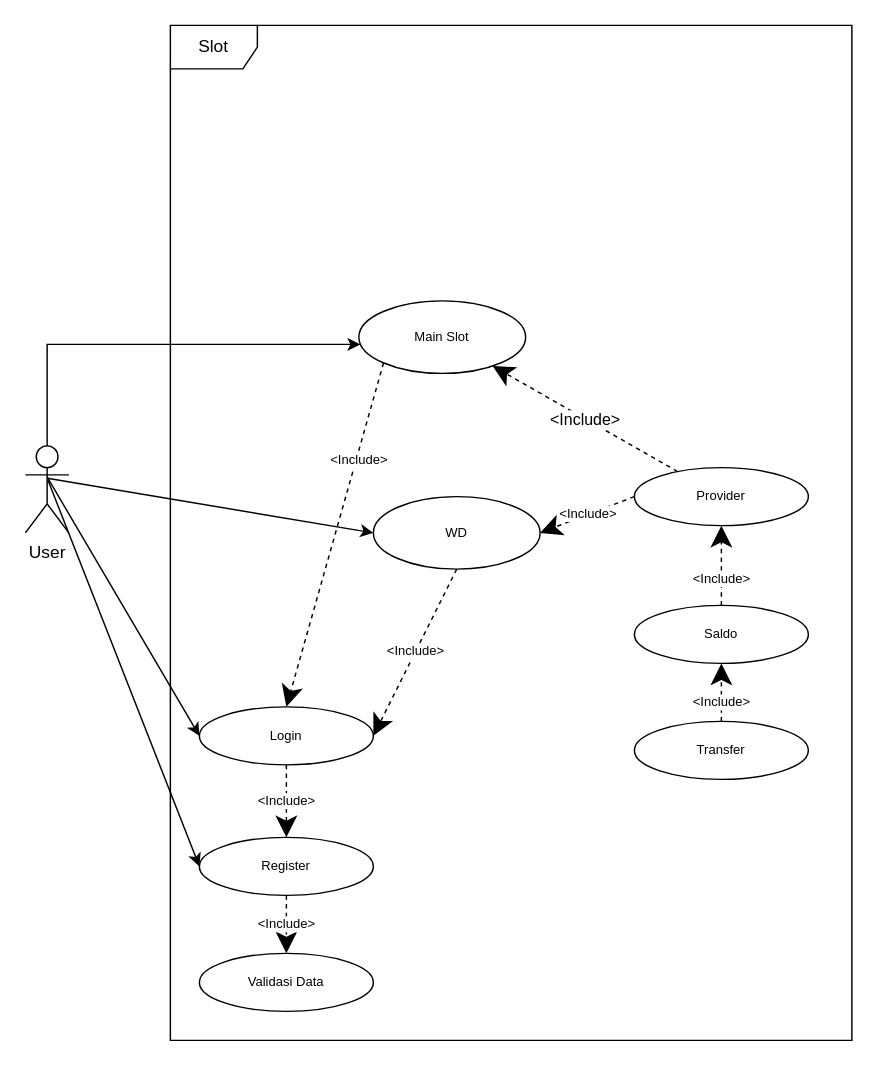
Earlier version of the draw.io diagram page "UseCase Slot" (5 of 5) of slot.drawio (irvansindy/slot). Source tidied: cells renumbered, new cells numbered last; positions are measured from the earlier drawing's top-left corner, leaving out a move shared by most shapes. Both pictures are drawn from the tidied source at 145%, with x=0, y=0 at pixel (25, 25).
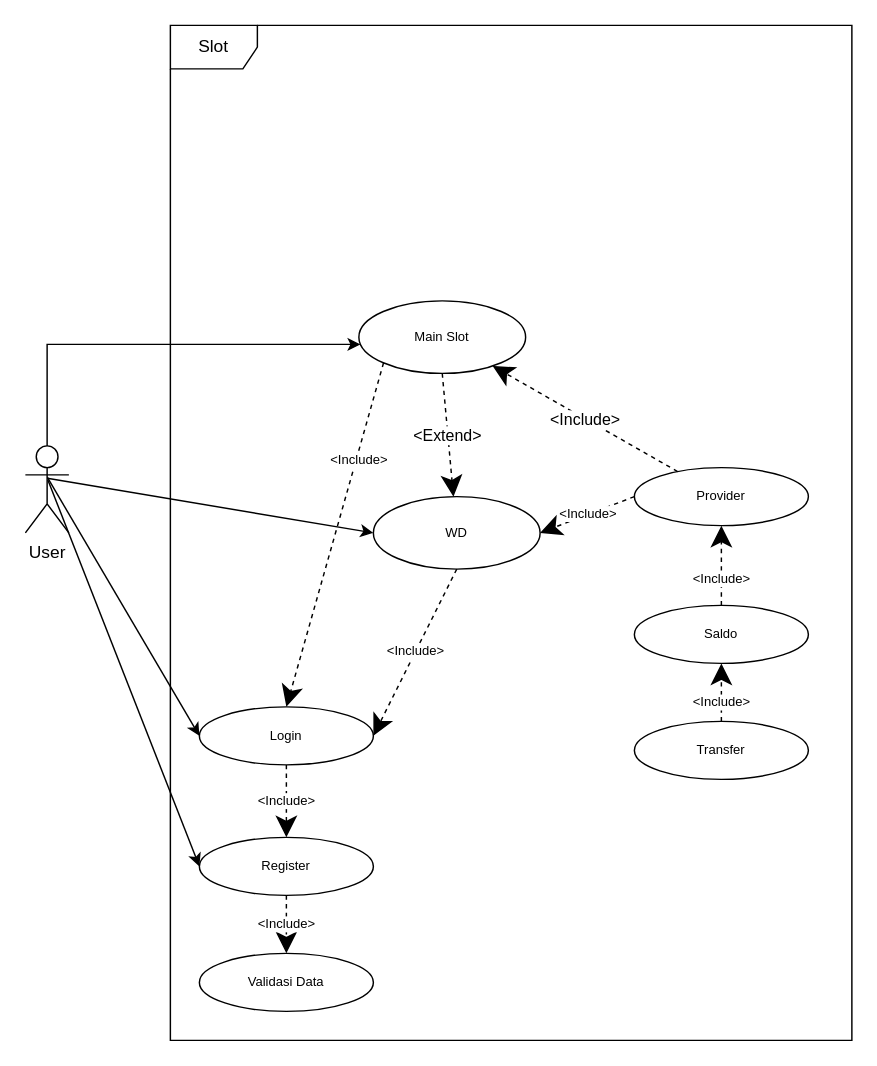
The same diagram, later.

Unchanged cells that the change refers to:
```xml
<mxCell id="12" value="WD" style="ellipse;whiteSpace=wrap;html=1;fontSize=9;" parent="1" vertex="1">
  <mxGeometry x="240" y="325" width="115" height="50" as="geometry" />
</mxCell>
<mxCell id="20" value="Main Slot" style="ellipse;whiteSpace=wrap;html=1;fontSize=9;" parent="1" vertex="1">
  <mxGeometry x="230" y="190" width="115" height="50" as="geometry" />
</mxCell>
```

Change to the diagram source:
```diff
@@
+    <mxCell id="25" value="&amp;lt;Extend&amp;gt;" style="endArrow=classic;endSize=12;dashed=1;html=1;rounded=0;exitX=0.5;exitY=1;exitDx=0;exitDy=0;endFill=1;" parent="1" edge="1" source="20" target="12">
+      <mxGeometry relative="1" as="geometry" />
+    </mxCell>
```
